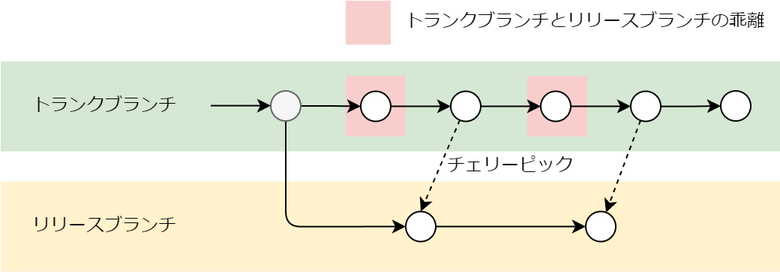
The draw.io diagram images/mobile-trunk-based-release-strategy/diff-trunk-and-release.png in shotaIDE/zenn, before a commit. Source tidied: cells renumbered, new cells last; positions are measured from the earlier drawing's top-left corner, leaving out a move shared by most shapes.
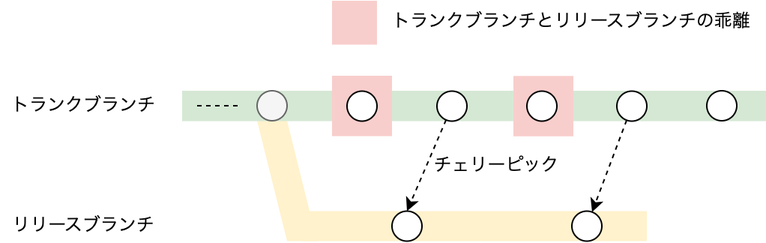
Above is the later version.

Change to the diagram source:
```diff
@@ -2,97 +2,74 @@
   <root>
     <mxCell id="0" />
     <mxCell id="1" parent="0" />
-    <mxCell id="2" style="rounded=0;whiteSpace=wrap;html=1;fillColor=#d5e8d4;strokeColor=none;" parent="1" vertex="1">
-      <mxGeometry y="41.2" width="520" height="60" as="geometry" />
+    <mxCell id="2" style="group;" parent="1" vertex="1">
+      <mxGeometry x="180" y="81" width="260" height="80.2" as="geometry" />
     </mxCell>
-    <mxCell id="3" style="rounded=0;whiteSpace=wrap;html=1;fillColor=#f8cecc;strokeColor=none;" parent="1" vertex="1">
-      <mxGeometry x="351" y="51.1" width="40" height="40.2" as="geometry" />
+    <mxCell id="3" style="rounded=0;whiteSpace=wrap;html=1;fillColor=#fff2cc;strokeColor=none;" parent="2" vertex="1">
+      <mxGeometry x="30" y="60.2" width="230" height="20" as="geometry" />
     </mxCell>
-    <mxCell id="4" style="rounded=0;whiteSpace=wrap;html=1;fillColor=#f8cecc;strokeColor=none;" parent="1" vertex="1">
-      <mxGeometry x="230" y="51" width="40" height="40.2" as="geometry" />
+    <mxCell id="4" style="shape=parallelogram;perimeter=parallelogramPerimeter;whiteSpace=wrap;html=1;fixedSize=1;fillColor=#fff2cc;strokeColor=none;flipH=1;" parent="2" vertex="1">
+      <mxGeometry width="40" height="80.2" as="geometry" />
     </mxCell>
-    <mxCell id="5" style="rounded=0;whiteSpace=wrap;html=1;fillColor=#fff2cc;strokeColor=none;" parent="1" vertex="1">
-      <mxGeometry y="121.2" width="520" height="60" as="geometry" />
+    <mxCell id="5" style="rounded=0;whiteSpace=wrap;html=1;fillColor=#d5e8d4;strokeColor=none;" parent="1" vertex="1">
+      <mxGeometry x="130" y="61" width="390" height="20.2" as="geometry" />
     </mxCell>
-    <mxCell id="6" style="edgeStyle=orthogonalEdgeStyle;rounded=1;jettySize=auto;html=1;curved=0;entryX=0;entryY=0.5;entryDx=0;entryDy=0;" parent="1" edge="1" source="8" target="22">
-      <mxGeometry relative="1" as="geometry">
-        <Array as="points">
-          <mxPoint x="190" y="151.2" />
-        </Array>
-      </mxGeometry>
+    <mxCell id="6" style="rounded=0;whiteSpace=wrap;html=1;fillColor=#f8cecc;strokeColor=none;" parent="1" vertex="1">
+      <mxGeometry x="351" y="51.1" width="40" height="40.2" as="geometry" />
     </mxCell>
-    <mxCell id="7" style="edgeStyle=orthogonalEdgeStyle;rounded=0;jettySize=auto;html=1;entryX=0;entryY=0.5;entryDx=0;entryDy=0;" parent="1" edge="1" source="8" target="27">
-      <mxGeometry relative="1" as="geometry" />
+    <mxCell id="7" style="rounded=0;whiteSpace=wrap;html=1;fillColor=#f8cecc;strokeColor=none;" parent="1" vertex="1">
+      <mxGeometry x="230" y="51" width="40" height="40.2" as="geometry" />
     </mxCell>
     <mxCell id="8" style="ellipse;whiteSpace=wrap;html=1;fillColor=#f5f5f5;fontColor=#333333;strokeColor=#666666;" parent="1" vertex="1">
       <mxGeometry x="180" y="61" width="20" height="20" as="geometry" />
     </mxCell>
     <mxCell id="9" value="トランクブランチ" style="text;html=1;strokeColor=none;fillColor=none;align=center;verticalAlign=middle;whiteSpace=wrap;rounded=0;" parent="1" vertex="1">
-      <mxGeometry x="14.5" y="60" width="111" height="22.5" as="geometry" />
+      <mxGeometry x="9" y="60" width="111" height="22.5" as="geometry" />
     </mxCell>
     <mxCell id="10" value="リリースブランチ" style="text;html=1;strokeColor=none;fillColor=none;align=center;verticalAlign=middle;whiteSpace=wrap;rounded=0;" parent="1" vertex="1">
-      <mxGeometry x="19.5" y="141.2" width="101" height="20" as="geometry" />
+      <mxGeometry x="14" y="141.2" width="101" height="20" as="geometry" />
     </mxCell>
-    <mxCell id="11" style="edgeStyle=orthogonalEdgeStyle;rounded=0;orthogonalLoop=1;jettySize=auto;html=1;" parent="1" edge="1">
-      <mxGeometry relative="1" as="geometry">
-        <mxPoint x="140" y="70.8" as="sourcePoint" />
-        <mxPoint x="180" y="70.8" as="targetPoint" />
-        <Array as="points">
-          <mxPoint x="150" y="70.8" />
-          <mxPoint x="150" y="70.8" />
-        </Array>
-      </mxGeometry>
+    <mxCell id="11" style="rounded=0;jettySize=auto;html=1;entryX=0.5;entryY=0;entryDx=0;entryDy=0;dashed=1;" parent="1" edge="1" source="12" target="17">
+      <mxGeometry relative="1" as="geometry" />
     </mxCell>
-    <mxCell id="12" style="edgeStyle=orthogonalEdgeStyle;rounded=0;jettySize=auto;html=1;entryX=0;entryY=0.5;entryDx=0;entryDy=0;" parent="1" edge="1" source="14" target="16">
-      <mxGeometry relative="1" as="geometry" />
+    <mxCell id="12" style="ellipse;whiteSpace=wrap;html=1;" parent="1" vertex="1">
+      <mxGeometry x="300" y="61.2" width="20" height="20" as="geometry" />
     </mxCell>
-    <mxCell id="13" style="rounded=0;jettySize=auto;html=1;entryX=0.5;entryY=0;entryDx=0;entryDy=0;dashed=1;" parent="1" edge="1" source="14" target="22">
-      <mxGeometry relative="1" as="geometry" />
+    <mxCell id="13" style="ellipse;whiteSpace=wrap;html=1;" parent="1" vertex="1">
+      <mxGeometry x="360" y="61.2" width="20" height="20" as="geometry" />
     </mxCell>
-    <mxCell id="14" style="ellipse;whiteSpace=wrap;html=1;" parent="1" vertex="1">
-      <mxGeometry x="300" y="61.2" width="20" height="20" as="geometry" />
+    <mxCell id="14" style="rounded=0;jettySize=auto;html=1;dashed=1;" parent="1" edge="1" source="15" target="18">
+      <mxGeometry relative="1" as="geometry" />
     </mxCell>
-    <mxCell id="15" style="edgeStyle=orthogonalEdgeStyle;rounded=0;jettySize=auto;html=1;entryX=0;entryY=0.5;entryDx=0;entryDy=0;" parent="1" edge="1" source="16" target="18">
-      <mxGeometry relative="1" as="geometry" />
+    <mxCell id="15" style="ellipse;whiteSpace=wrap;html=1;" parent="1" vertex="1">
+      <mxGeometry x="420" y="61.2" width="20" height="20" as="geometry" />
     </mxCell>
     <mxCell id="16" style="ellipse;whiteSpace=wrap;html=1;" parent="1" vertex="1">
-      <mxGeometry x="360" y="61.2" width="20" height="20" as="geometry" />
+      <mxGeometry x="480" y="61" width="20" height="20" as="geometry" />
     </mxCell>
-    <mxCell id="17" style="rounded=0;jettySize=auto;html=1;dashed=1;" parent="1" edge="1" source="18" target="23">
-      <mxGeometry relative="1" as="geometry" />
+    <mxCell id="17" style="ellipse;whiteSpace=wrap;html=1;" parent="1" vertex="1">
+      <mxGeometry x="270" y="141.2" width="20" height="20" as="geometry" />
     </mxCell>
     <mxCell id="18" style="ellipse;whiteSpace=wrap;html=1;" parent="1" vertex="1">
-      <mxGeometry x="420" y="61.2" width="20" height="20" as="geometry" />
+      <mxGeometry x="390" y="141.2" width="20" height="20" as="geometry" />
     </mxCell>
-    <mxCell id="19" style="ellipse;whiteSpace=wrap;html=1;" parent="1" vertex="1">
-      <mxGeometry x="480" y="61" width="20" height="20" as="geometry" />
+    <mxCell id="19" value="トランクブランチとリリースブランチの乖離" style="text;html=1;align=center;verticalAlign=middle;whiteSpace=wrap;rounded=0;" parent="1" vertex="1">
+      <mxGeometry x="260" y="0.2" width="260" height="30" as="geometry" />
     </mxCell>
-    <mxCell id="20" style="edgeStyle=orthogonalEdgeStyle;rounded=0;jettySize=auto;html=1;entryX=0;entryY=0.5;entryDx=0;entryDy=0;" parent="1" edge="1" source="18" target="19">
-      <mxGeometry relative="1" as="geometry" />
+    <mxCell id="20" value="チェリーピック" style="text;html=1;align=center;verticalAlign=middle;whiteSpace=wrap;rounded=0;" parent="1" vertex="1">
+      <mxGeometry x="290" y="96.2" width="100" height="30" as="geometry" />
     </mxCell>
-    <mxCell id="21" style="edgeStyle=orthogonalEdgeStyle;rounded=0;jettySize=auto;html=1;" parent="1" edge="1" source="22" target="23">
-      <mxGeometry relative="1" as="geometry" />
+    <mxCell id="21" style="ellipse;whiteSpace=wrap;html=1;" parent="1" vertex="1">
+      <mxGeometry x="240" y="61.2" width="20" height="20" as="geometry" />
     </mxCell>
-    <mxCell id="22" style="ellipse;whiteSpace=wrap;html=1;" parent="1" vertex="1">
-      <mxGeometry x="270" y="141.2" width="20" height="20" as="geometry" />
+    <mxCell id="22" style="rounded=0;whiteSpace=wrap;html=1;fillColor=#f8cecc;strokeColor=none;" parent="1" vertex="1">
+      <mxGeometry x="230" y="1" width="30" height="29.2" as="geometry" />
     </mxCell>
-    <mxCell id="23" style="ellipse;whiteSpace=wrap;html=1;" parent="1" vertex="1">
-      <mxGeometry x="390" y="141.2" width="20" height="20" as="geometry" />
+    <mxCell id="23" style="endArrow=none;html=1;rounded=0;dashed=1;endFill=0;" parent="1" edge="1">
+      <mxGeometry relative="1" as="geometry">
+        <mxPoint x="140" y="71" as="sourcePoint" />
+        <mxPoint x="170" y="71" as="targetPoint" />
+      </mxGeometry>
     </mxCell>
-    <mxCell id="24" value="トランクブランチとリリースブランチの乖離" style="text;html=1;align=center;verticalAlign=middle;whiteSpace=wrap;rounded=0;" parent="1" vertex="1">
-      <mxGeometry x="260" y="0.2" width="260" height="30" as="geometry" />
-    </mxCell>
-    <mxCell id="25" value="チェリーピック" style="text;html=1;align=center;verticalAlign=middle;whiteSpace=wrap;rounded=0;" parent="1" vertex="1">
-      <mxGeometry x="290" y="96.2" width="100" height="30" as="geometry" />
-    </mxCell>
-    <mxCell id="26" style="edgeStyle=orthogonalEdgeStyle;rounded=0;jettySize=auto;html=1;entryX=0;entryY=0.5;entryDx=0;entryDy=0;" parent="1" edge="1" source="27" target="14">
-      <mxGeometry relative="1" as="geometry" />
-    </mxCell>
-    <mxCell id="27" style="ellipse;whiteSpace=wrap;html=1;" parent="1" vertex="1">
-      <mxGeometry x="240" y="61.2" width="20" height="20" as="geometry" />
-    </mxCell>
-    <mxCell id="28" style="rounded=0;whiteSpace=wrap;html=1;fillColor=#f8cecc;strokeColor=none;" parent="1" vertex="1">
-      <mxGeometry x="230" y="1" width="30" height="29.2" as="geometry" />
-    </mxCell>
   </root>
 </mxGraphModel>
```
